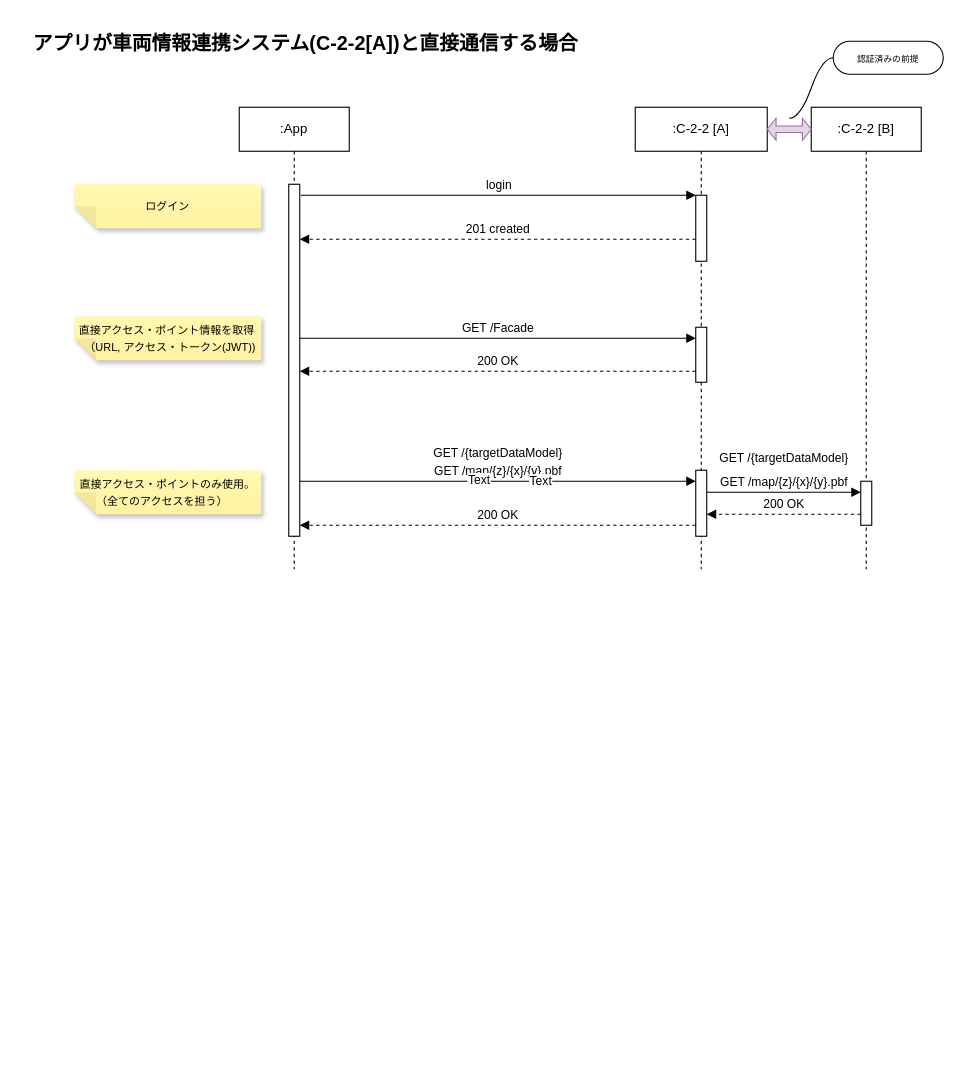
Sportacandy/C-2-2API keeps this draw.io diagram as page "C-2-2[A]直結" (2 of 4) of models/access-scheme.drawio. Above is the earlier version. Source tidied: cells renumbered, new cells numbered last; positions are measured from the earlier drawing's top-left corner, leaving out a move shared by most shapes. Both pictures are drawn from the tidied source at 110%, with x=0, y=0 at pixel (19, 19).
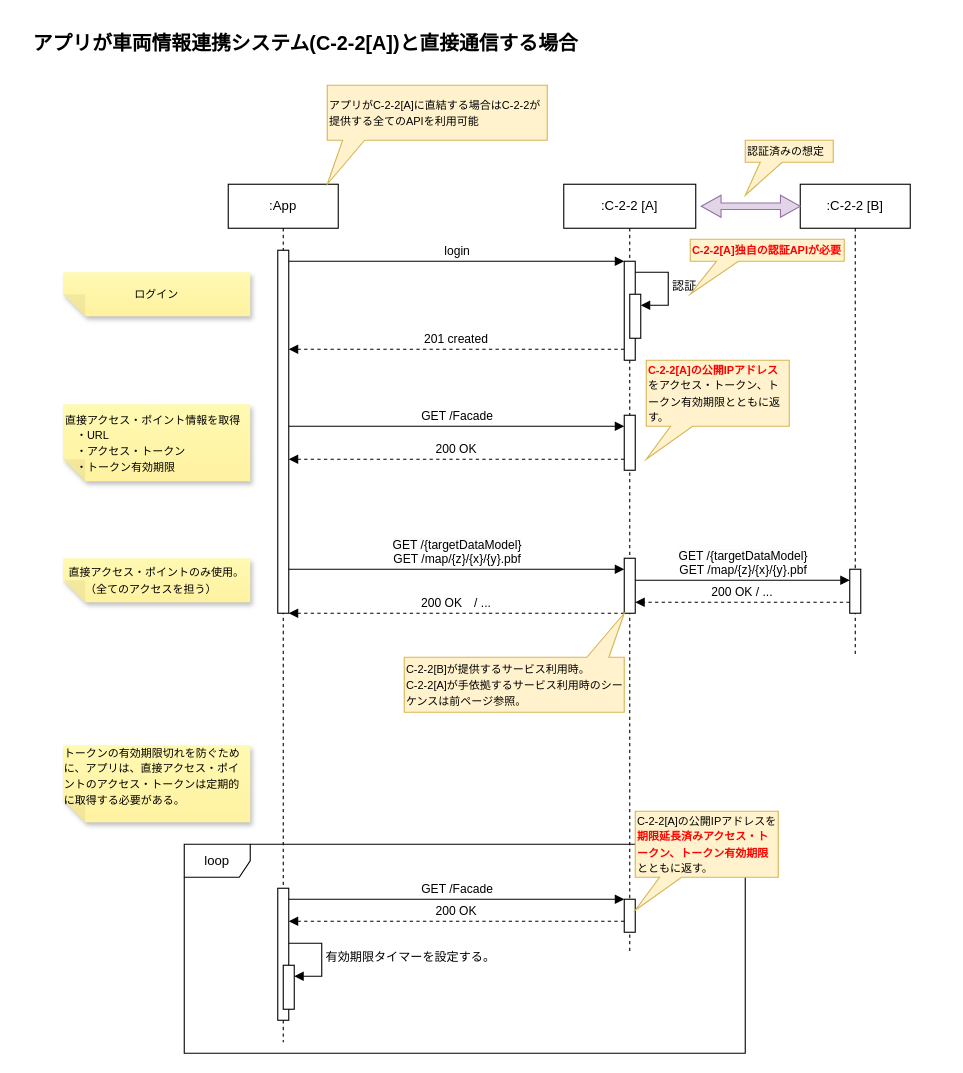
After the change.

What changed in the source:
```diff
@@
     <mxCell id="2" value=":App" style="shape=umlLifeline;perimeter=lifelinePerimeter;whiteSpace=wrap;html=1;newEdgeStyle={&quot;edgeStyle&quot;:&quot;elbowEdgeStyle&quot;,&quot;elbow&quot;:&quot;vertical&quot;,&quot;curved&quot;:0,&quot;rounded&quot;:0};" parent="1" vertex="1">
-      <mxGeometry x="200" y="80" width="100" height="420" as="geometry" />
+      <mxGeometry x="190" y="150" width="100" height="780" as="geometry" />
     </mxCell>
     <mxCell id="3" style="html=1;points=[];perimeter=orthogonalPerimeter;outlineConnect=0;targetShapes=umlLifeline;portConstraint=eastwest;newEdgeStyle={&quot;edgeStyle&quot;:&quot;elbowEdgeStyle&quot;,&quot;elbow&quot;:&quot;vertical&quot;,&quot;curved&quot;:0,&quot;rounded&quot;:0};" parent="2" vertex="1">
-      <mxGeometry x="45" y="70" width="10" height="320" as="geometry" />
+      <mxGeometry x="45" y="60" width="10" height="330" as="geometry" />
     </mxCell>
-    <mxCell id="4" value="login" style="html=1;verticalAlign=bottom;endArrow=block;edgeStyle=elbowEdgeStyle;elbow=horizontal;curved=0;rounded=0;" parent="1" edge="1" target="9">
+    <mxCell id="4" value="login" style="html=1;verticalAlign=bottom;endArrow=block;edgeStyle=elbowEdgeStyle;elbow=horizontal;curved=0;rounded=0;" parent="1" edge="1" source="3" target="9">
       <mxGeometry relative="1" as="geometry">
-        <mxPoint x="256" y="160" as="sourcePoint" />
         <Array as="points">
-          <mxPoint x="341" y="160" />
+          <mxPoint x="331" y="220" />
         </Array>
       </mxGeometry>
     </mxCell>
-    <mxCell id="5" value="201 created" style="html=1;verticalAlign=bottom;endArrow=block;edgeStyle=elbowEdgeStyle;elbow=vertical;curved=0;rounded=0;dashed=1;" parent="1" edge="1" source="9" target="3">
+    <mxCell id="5" value="201 created" style="html=1;verticalAlign=bottom;endArrow=block;edgeStyle=elbowEdgeStyle;elbow=vertical;curved=0;rounded=0;dashed=1;" parent="1" edge="1" source="9">
       <mxGeometry relative="1" as="geometry">
+        <mxPoint x="245" y="300" as="targetPoint" />
         <Array as="points">
-          <mxPoint x="350" y="200" />
+          <mxPoint x="340" y="300" />
         </Array>
       </mxGeometry>
     </mxCell>
     <mxCell id="6" value=":C-2-2 [A]" style="shape=umlLifeline;perimeter=lifelinePerimeter;whiteSpace=wrap;html=1;newEdgeStyle={&quot;edgeStyle&quot;:&quot;elbowEdgeStyle&quot;,&quot;elbow&quot;:&quot;vertical&quot;,&quot;curved&quot;:0,&quot;rounded&quot;:0};" parent="1" vertex="1">
-      <mxGeometry x="560" y="80" width="120" height="420" as="geometry" />
+      <mxGeometry x="495" y="150" width="120" height="700" as="geometry" />
     </mxCell>
     <mxCell id="7" style="html=1;points=[];perimeter=orthogonalPerimeter;outlineConnect=0;targetShapes=umlLifeline;portConstraint=eastwest;newEdgeStyle={&quot;edgeStyle&quot;:&quot;elbowEdgeStyle&quot;,&quot;elbow&quot;:&quot;vertical&quot;,&quot;curved&quot;:0,&quot;rounded&quot;:0};" parent="6" vertex="1">
-      <mxGeometry x="55" y="200" width="10" height="50" as="geometry" />
+      <mxGeometry x="55" y="210" width="10" height="50" as="geometry" />
     </mxCell>
     <mxCell id="8" style="html=1;points=[];perimeter=orthogonalPerimeter;outlineConnect=0;targetShapes=umlLifeline;portConstraint=eastwest;newEdgeStyle={&quot;edgeStyle&quot;:&quot;elbowEdgeStyle&quot;,&quot;elbow&quot;:&quot;vertical&quot;,&quot;curved&quot;:0,&quot;rounded&quot;:0};" parent="6" vertex="1">
-      <mxGeometry x="55" y="330" width="10" height="60" as="geometry" />
+      <mxGeometry x="55" y="340" width="10" height="50" as="geometry" />
     </mxCell>
     <mxCell id="9" style="html=1;points=[];perimeter=orthogonalPerimeter;outlineConnect=0;targetShapes=umlLifeline;portConstraint=eastwest;newEdgeStyle={&quot;edgeStyle&quot;:&quot;elbowEdgeStyle&quot;,&quot;elbow&quot;:&quot;vertical&quot;,&quot;curved&quot;:0,&quot;rounded&quot;:0};" parent="6" vertex="1">
-      <mxGeometry x="55" y="80" width="10" height="60" as="geometry" />
+      <mxGeometry x="55" y="70" width="10" height="90" as="geometry" />
     </mxCell>
+    <mxCell id="29" value="認証" style="html=1;align=left;spacingLeft=2;endArrow=block;rounded=0;edgeStyle=orthogonalEdgeStyle;curved=0;rounded=0;" parent="6" edge="1" target="30">
+      <mxGeometry relative="1" as="geometry">
+        <mxPoint x="65" y="80" as="sourcePoint" />
+        <Array as="points">
+          <mxPoint x="95" y="110" />
+        </Array>
+      </mxGeometry>
+    </mxCell>
+    <mxCell id="30" style="html=1;points=[[0,0,0,0,5],[0,1,0,0,-5],[1,0,0,0,5],[1,1,0,0,-5]];perimeter=orthogonalPerimeter;outlineConnect=0;targetShapes=umlLifeline;portConstraint=eastwest;newEdgeStyle={&quot;curved&quot;:0,&quot;rounded&quot;:0};" parent="6" vertex="1">
+      <mxGeometry x="60" y="100" width="10" height="40" as="geometry" />
+    </mxCell>
+    <mxCell id="31" style="html=1;points=[[0,0,0,0,5],[0,1,0,0,-5],[1,0,0,0,5],[1,1,0,0,-5]];perimeter=orthogonalPerimeter;outlineConnect=0;targetShapes=umlLifeline;portConstraint=eastwest;newEdgeStyle={&quot;curved&quot;:0,&quot;rounded&quot;:0};" parent="6" vertex="1">
+      <mxGeometry x="55" y="650" width="10" height="30" as="geometry" />
+    </mxCell>
     <mxCell id="10" value=":C-2-2 [B]" style="shape=umlLifeline;perimeter=lifelinePerimeter;whiteSpace=wrap;html=1;newEdgeStyle={&quot;edgeStyle&quot;:&quot;elbowEdgeStyle&quot;,&quot;elbow&quot;:&quot;vertical&quot;,&quot;curved&quot;:0,&quot;rounded&quot;:0};" parent="1" vertex="1">
-      <mxGeometry x="720" y="80" width="100" height="420" as="geometry" />
+      <mxGeometry x="710" y="150" width="100" height="430" as="geometry" />
     </mxCell>
     <mxCell id="11" style="html=1;points=[];perimeter=orthogonalPerimeter;outlineConnect=0;targetShapes=umlLifeline;portConstraint=eastwest;newEdgeStyle={&quot;edgeStyle&quot;:&quot;elbowEdgeStyle&quot;,&quot;elbow&quot;:&quot;vertical&quot;,&quot;curved&quot;:0,&quot;rounded&quot;:0};" parent="10" vertex="1">
-      <mxGeometry x="45" y="340" width="10" height="40" as="geometry" />
+      <mxGeometry x="45" y="350" width="10" height="40" as="geometry" />
     </mxCell>
     <mxCell id="12" value="GET /Facade" style="html=1;verticalAlign=bottom;endArrow=block;edgeStyle=elbowEdgeStyle;elbow=horizontal;curved=0;rounded=0;" parent="1" edge="1" source="3" target="7">
       <mxGeometry relative="1" as="geometry">
         <Array as="points">
-          <mxPoint x="520" y="290" />
+          <mxPoint x="510" y="370" />
         </Array>
       </mxGeometry>
     </mxCell>
     <mxCell id="13" value="200 OK" style="html=1;verticalAlign=bottom;endArrow=block;edgeStyle=elbowEdgeStyle;elbow=vertical;curved=0;rounded=0;dashed=1;" parent="1" edge="1" source="7" target="3">
       <mxGeometry relative="1" as="geometry">
         <Array as="points">
-          <mxPoint x="535" y="320" />
+          <mxPoint x="525" y="400" />
         </Array>
       </mxGeometry>
     </mxCell>
     <mxCell id="14" value="&lt;div style=&quot;&quot;&gt;&lt;span style=&quot;font-size: 10px;&quot;&gt;ログイン&lt;/span&gt;&lt;/div&gt;" style="shape=note;whiteSpace=wrap;html=1;backgroundOutline=1;fontColor=#000000;darkOpacity=0.05;fillColor=#FFF9B2;strokeColor=none;fillStyle=solid;direction=west;gradientDirection=north;gradientColor=#FFF2A1;shadow=1;size=20;align=center;" parent="1" vertex="1">
-      <mxGeometry x="50" y="150" width="170" height="40" as="geometry" />
+      <mxGeometry x="40" y="230" width="170" height="40" as="geometry" />
     </mxCell>
-    <mxCell id="15" value="&lt;div style=&quot;text-align: left;&quot;&gt;&lt;span style=&quot;font-size: 10px; background-color: initial;&quot;&gt;直接アクセス・ポイント情報を取得&lt;/span&gt;&lt;/div&gt;&lt;font style=&quot;font-size: 10px;&quot;&gt;　（URL, アクセス・トークン(JWT))&lt;/font&gt;" style="shape=note;whiteSpace=wrap;html=1;backgroundOutline=1;fontColor=#000000;darkOpacity=0.05;fillColor=#FFF9B2;strokeColor=none;fillStyle=solid;direction=west;gradientDirection=north;gradientColor=#FFF2A1;shadow=1;size=20;" parent="1" vertex="1">
-      <mxGeometry x="50" y="270" width="170" height="40" as="geometry" />
-    </mxCell>
-    <mxCell id="16" value="GET /map/{z}/{x}/{y}.pbf" style="html=1;verticalAlign=bottom;endArrow=block;edgeStyle=elbowEdgeStyle;elbow=horizontal;curved=0;rounded=0;" parent="1" edge="1" target="8">
-      <mxGeometry relative="1" as="geometry">
-        <mxPoint x="255" y="420" as="sourcePoint" />
-        <Array as="points">
-          <mxPoint x="335" y="420" />
-        </Array>
-      </mxGeometry>
-    </mxCell>
-    <mxCell id="17" value="Text" style="edgeLabel;html=1;align=center;verticalAlign=middle;" parent="16" vertex="1">
-      <mxGeometry x="-0.1" y="2" relative="1" as="geometry" />
-    </mxCell>
-    <mxCell id="18" value="Text" style="edgeLabel;html=1;align=center;verticalAlign=middle;" parent="16" vertex="1">
-      <mxGeometry x="0.21" y="1" relative="1" as="geometry" />
-    </mxCell>
-    <mxCell id="19" value="GET /map/{z}/{x}/{y}.pbf" style="html=1;verticalAlign=bottom;endArrow=block;edgeStyle=elbowEdgeStyle;elbow=horizontal;curved=0;rounded=0;" parent="1" edge="1" target="11">
+    <mxCell id="19" value="&lt;span style=&quot;background-color: rgb(251, 251, 251);&quot;&gt;GET /{targetDataModel}&lt;/span&gt;&lt;div&gt;GET /map/{z}/{x}/{y}.pbf&lt;/div&gt;" style="html=1;verticalAlign=bottom;endArrow=block;edgeStyle=elbowEdgeStyle;elbow=horizontal;curved=0;rounded=0;" parent="1" edge="1" source="8" target="11">
       <mxGeometry relative="1" as="geometry">
-        <mxPoint x="625" y="430" as="sourcePoint" />
         <Array as="points">
-          <mxPoint x="710" y="430" />
+          <mxPoint x="700" y="510" />
         </Array>
       </mxGeometry>
     </mxCell>
-    <mxCell id="20" value="200 OK" style="html=1;verticalAlign=bottom;endArrow=block;edgeStyle=elbowEdgeStyle;elbow=vertical;curved=0;rounded=0;dashed=1;" parent="1" edge="1" source="11" target="8">
+    <mxCell id="20" value="200 OK / ..." style="html=1;verticalAlign=bottom;endArrow=block;edgeStyle=elbowEdgeStyle;elbow=vertical;curved=0;rounded=0;dashed=1;" parent="1" edge="1" source="11" target="8">
       <mxGeometry relative="1" as="geometry">
         <Array as="points">
-          <mxPoint x="690" y="450" />
+          <mxPoint x="680" y="530" />
         </Array>
       </mxGeometry>
     </mxCell>
-    <mxCell id="21" value="200 OK" style="html=1;verticalAlign=bottom;endArrow=block;edgeStyle=elbowEdgeStyle;elbow=vertical;curved=0;rounded=0;dashed=1;" parent="1" edge="1" source="8" target="3">
+    <mxCell id="21" value="200 OK　/ ..." style="html=1;verticalAlign=bottom;endArrow=block;edgeStyle=elbowEdgeStyle;elbow=vertical;curved=0;rounded=0;dashed=1;" parent="1" edge="1" source="8" target="3">
       <mxGeometry relative="1" as="geometry">
         <Array as="points">
-          <mxPoint x="535" y="460" />
+          <mxPoint x="525" y="540" />
         </Array>
       </mxGeometry>
     </mxCell>
     <mxCell id="22" value="&lt;div style=&quot;text-align: left;&quot;&gt;&lt;span style=&quot;font-size: 10px;&quot;&gt;直接アクセス・ポイントのみ使用。&lt;br&gt;　　（全てのアクセスを担う）&lt;/span&gt;&lt;/div&gt;" style="shape=note;whiteSpace=wrap;html=1;backgroundOutline=1;fontColor=#000000;darkOpacity=0.05;fillColor=#FFF9B2;strokeColor=none;fillStyle=solid;direction=west;gradientDirection=north;gradientColor=#FFF2A1;shadow=1;size=20;" parent="1" vertex="1">
-      <mxGeometry x="50" y="410" width="170" height="40" as="geometry" />
+      <mxGeometry x="40" y="490" width="170" height="40" as="geometry" />
     </mxCell>
@@
-    <mxCell id="24" value="&lt;font style=&quot;font-size: 11px; font-weight: normal;&quot;&gt;GET /{targetDataModel}&lt;/font&gt;" style="text;strokeColor=none;fillColor=none;html=1;fontSize=24;fontStyle=1;verticalAlign=middle;align=center;" parent="1" vertex="1">
-      <mxGeometry x="360" y="370" width="150" height="40" as="geometry" />
-    </mxCell>
-    <mxCell id="25" value="&lt;font style=&quot;font-size: 11px; font-weight: normal;&quot;&gt;GET /{targetDataModel}&lt;/font&gt;" style="text;strokeColor=none;fillColor=none;html=1;fontSize=24;fontStyle=1;verticalAlign=middle;align=center;" parent="1" vertex="1">
-      <mxGeometry x="620" y="380" width="150" height="30" as="geometry" />
-    </mxCell>
     <mxCell id="26" style="shape=doubleArrow;whiteSpace=wrap;html=1;fillColor=#e1d5e7;strokeColor=#9673a6;" parent="1" vertex="1">
-      <mxGeometry x="680" y="90" width="40" height="20" as="geometry" />
+      <mxGeometry x="620" y="160" width="90" height="20" as="geometry" />
     </mxCell>
-    <mxCell id="27" value="&lt;span style=&quot;font-size: 8px;&quot;&gt;認証済みの前提&lt;/span&gt;" style="whiteSpace=wrap;html=1;rounded=1;arcSize=50;align=center;verticalAlign=middle;strokeWidth=1;spacing=4;newEdgeStyle={&quot;edgeStyle&quot;:&quot;entityRelationEdgeStyle&quot;,&quot;startArrow&quot;:&quot;none&quot;,&quot;endArrow&quot;:&quot;none&quot;,&quot;segment&quot;:10,&quot;curved&quot;:1,&quot;sourcePerimeterSpacing&quot;:0,&quot;targetPerimeterSpacing&quot;:0};" parent="1" vertex="1">
-      <mxGeometry x="740" y="20" width="100" height="30" as="geometry" />
-    </mxCell>
-    <mxCell id="28" style="edgeStyle=entityRelationEdgeStyle;startArrow=none;endArrow=none;segment=10;curved=1;sourcePerimeterSpacing=0;targetPerimeterSpacing=0;rounded=0;" parent="1" edge="1" target="27">
-      <mxGeometry relative="1" as="geometry">
-        <mxPoint x="700" y="90" as="sourcePoint" />
-        <Array as="points">
-          <mxPoint x="700" y="50" />
-        </Array>
-      </mxGeometry>
-    </mxCell>
+    <mxCell id="32" value="&lt;font style=&quot;font-size: 10px;&quot;&gt;&lt;b&gt;&lt;font color=&quot;#ff0000&quot;&gt;C-2-2[A]の公開IPアドレス&lt;/font&gt;&lt;/b&gt;をアクセス・トークン、トークン有効期限とともに返す。　&lt;/font&gt;" style="shape=callout;whiteSpace=wrap;html=1;perimeter=calloutPerimeter;position2=0;fillColor=#fff2cc;strokeColor=#d6b656;align=left;size=30;position=0.17;" parent="1" vertex="1">
+      <mxGeometry x="570" y="310" width="130" height="90" as="geometry" />
+    </mxCell>
+    <mxCell id="33" value="&lt;span style=&quot;background-color: rgb(251, 251, 251);&quot;&gt;GET /{targetDataModel}&lt;br&gt;&lt;/span&gt;GET /map/{z}/{x}/{y}.pbf" style="html=1;verticalAlign=bottom;endArrow=block;edgeStyle=elbowEdgeStyle;elbow=horizontal;curved=0;rounded=0;" parent="1" edge="1" target="8">
+      <mxGeometry relative="1" as="geometry">
+        <mxPoint x="245" y="500" as="sourcePoint" />
+        <Array as="points">
+          <mxPoint x="545" y="500" />
+        </Array>
+      </mxGeometry>
+    </mxCell>
+    <mxCell id="34" style="html=1;points=[[0,0,0,0,5],[0,1,0,0,-5],[1,0,0,0,5],[1,1,0,0,-5]];perimeter=orthogonalPerimeter;outlineConnect=0;targetShapes=umlLifeline;portConstraint=eastwest;newEdgeStyle={&quot;curved&quot;:0,&quot;rounded&quot;:0};" parent="1" vertex="1">
+      <mxGeometry x="235" y="790" width="10" height="120" as="geometry" />
+    </mxCell>
+    <mxCell id="35" value="GET /Facade" style="html=1;verticalAlign=bottom;endArrow=block;edgeStyle=elbowEdgeStyle;elbow=horizontal;curved=0;rounded=0;" parent="1" edge="1" source="34" target="31">
+      <mxGeometry relative="1" as="geometry">
+        <Array as="points">
+          <mxPoint x="515" y="800" />
+        </Array>
+      </mxGeometry>
+    </mxCell>
+    <mxCell id="36" value="200 OK" style="html=1;verticalAlign=bottom;endArrow=block;edgeStyle=elbowEdgeStyle;elbow=vertical;curved=0;rounded=0;dashed=1;" parent="1" edge="1" source="31" target="34">
+      <mxGeometry relative="1" as="geometry">
+        <Array as="points">
+          <mxPoint x="520" y="820" />
+        </Array>
+      </mxGeometry>
+    </mxCell>
+    <mxCell id="37" value="loop" style="shape=umlFrame;whiteSpace=wrap;html=1;" parent="1" vertex="1">
+      <mxGeometry x="150" y="750" width="510" height="190" as="geometry" />
+    </mxCell>
+    <mxCell id="38" value="&lt;font style=&quot;font-size: 10px;&quot;&gt;C-2-2[A]の公開IPアドレスを&lt;b&gt;&lt;font color=&quot;#ff0000&quot;&gt;期限延長済みアクセス・トークン、トークン有効期限&lt;/font&gt;&lt;/b&gt;とともに返す。　&lt;/font&gt;" style="shape=callout;whiteSpace=wrap;html=1;perimeter=calloutPerimeter;position2=0;fillColor=#fff2cc;strokeColor=#d6b656;align=left;size=30;position=0.17;" parent="1" vertex="1">
+      <mxGeometry x="560" y="720" width="130" height="90" as="geometry" />
+    </mxCell>
+    <mxCell id="39" style="html=1;points=[[0,0,0,0,5],[0,1,0,0,-5],[1,0,0,0,5],[1,1,0,0,-5]];perimeter=orthogonalPerimeter;outlineConnect=0;targetShapes=umlLifeline;portConstraint=eastwest;newEdgeStyle={&quot;curved&quot;:0,&quot;rounded&quot;:0};" parent="1" vertex="1">
+      <mxGeometry x="240" y="860" width="10" height="40" as="geometry" />
+    </mxCell>
+    <mxCell id="40" value="有効期限タイマーを設定する。" style="html=1;align=left;spacingLeft=2;endArrow=block;rounded=0;edgeStyle=orthogonalEdgeStyle;curved=0;rounded=0;" parent="1" edge="1" target="39">
+      <mxGeometry relative="1" as="geometry">
+        <mxPoint x="245" y="840" as="sourcePoint" />
+        <Array as="points">
+          <mxPoint x="275" y="870" />
+        </Array>
+      </mxGeometry>
+    </mxCell>
+    <mxCell id="41" value="&lt;div style=&quot;text-align: left;&quot;&gt;&lt;span style=&quot;font-size: 10px;&quot;&gt;トークンの有効期限切れを防ぐために、アプリは、&lt;/span&gt;&lt;span style=&quot;font-size: 10px; background-color: initial;&quot;&gt;直接アクセス・ポイントのアクセス・トークンは定期的に取得する必要がある。&lt;/span&gt;&lt;/div&gt;&lt;div style=&quot;text-align: left;&quot;&gt;&lt;span style=&quot;font-size: 10px; background-color: initial;&quot;&gt;&lt;br&gt;&lt;/span&gt;&lt;/div&gt;" style="shape=note;whiteSpace=wrap;html=1;backgroundOutline=1;fontColor=#000000;darkOpacity=0.05;fillColor=#FFF9B2;strokeColor=none;fillStyle=solid;direction=west;gradientDirection=north;gradientColor=#FFF2A1;shadow=1;size=20;" parent="1" vertex="1">
+      <mxGeometry x="40" y="660" width="170" height="70" as="geometry" />
+    </mxCell>
+    <mxCell id="42" value="&lt;div style=&quot;&quot;&gt;&lt;span style=&quot;font-size: 10px; background-color: initial;&quot;&gt;直接アクセス・ポイント情報を取得&lt;/span&gt;&lt;/div&gt;&lt;font style=&quot;font-size: 10px;&quot;&gt;　・URL&lt;/font&gt;&lt;div&gt;&lt;font style=&quot;font-size: 10px;&quot;&gt;　・アクセス・トークン&lt;/font&gt;&lt;/div&gt;&lt;div&gt;&lt;font style=&quot;font-size: 10px;&quot;&gt;　・トークン有効期限&lt;/font&gt;&lt;/div&gt;" style="shape=note;whiteSpace=wrap;html=1;backgroundOutline=1;fontColor=#000000;darkOpacity=0.05;fillColor=#FFF9B2;strokeColor=none;fillStyle=solid;direction=west;gradientDirection=north;gradientColor=#FFF2A1;shadow=1;size=20;align=left;" parent="1" vertex="1">
+      <mxGeometry x="40" y="350" width="170" height="70" as="geometry" />
+    </mxCell>
+    <mxCell id="43" value="&lt;font style=&quot;font-size: 10px;&quot;&gt;認証済みの想定&lt;/font&gt;" style="shape=callout;whiteSpace=wrap;html=1;perimeter=calloutPerimeter;position2=0;fillColor=#fff2cc;strokeColor=#d6b656;align=left;size=30;position=0.17;" parent="1" vertex="1">
+      <mxGeometry x="660" y="110" width="80" height="50" as="geometry" />
+    </mxCell>
+    <mxCell id="44" value="&lt;font color=&quot;#ff0000&quot; style=&quot;font-size: 10px;&quot;&gt;&lt;b&gt;C-2-2[A]独自の認証APIが必要&lt;/b&gt;&lt;/font&gt;" style="shape=callout;whiteSpace=wrap;html=1;perimeter=calloutPerimeter;position2=0;fillColor=#fff2cc;strokeColor=#d6b656;align=left;size=30;position=0.17;" parent="1" vertex="1">
+      <mxGeometry x="610" y="200" width="140" height="50" as="geometry" />
+    </mxCell>
+    <mxCell id="45" value="&lt;span style=&quot;text-align: center;&quot;&gt;&lt;font style=&quot;font-size: 10px;&quot;&gt;アプリがC-2-2[A]に直結する場合はC-2-2が提供する全てのAPIを利用可能&lt;/font&gt;&lt;/span&gt;" style="shape=callout;whiteSpace=wrap;html=1;perimeter=calloutPerimeter;position2=0;fillColor=#fff2cc;strokeColor=#d6b656;align=left;size=40;position=0.07;base=20;" parent="1" vertex="1">
+      <mxGeometry x="280" y="60" width="200" height="90" as="geometry" />
+    </mxCell>
+    <mxCell id="46" value="&lt;div style=&quot;&quot;&gt;&lt;span style=&quot;background-color: initial; font-size: 10px;&quot;&gt;C-2-2[B]が提供するサービス利用時。&lt;br&gt;C-2-2[A]が手依拠するサービス利用時のシーケンスは前ページ参照。&lt;/span&gt;&lt;/div&gt;" style="shape=callout;whiteSpace=wrap;html=1;perimeter=calloutPerimeter;position2=0;fillColor=#fff2cc;strokeColor=#d6b656;align=left;size=40;position=0.07;base=20;direction=west;" parent="1" vertex="1">
+      <mxGeometry x="350" y="540" width="200" height="90" as="geometry" />
+    </mxCell>
```
